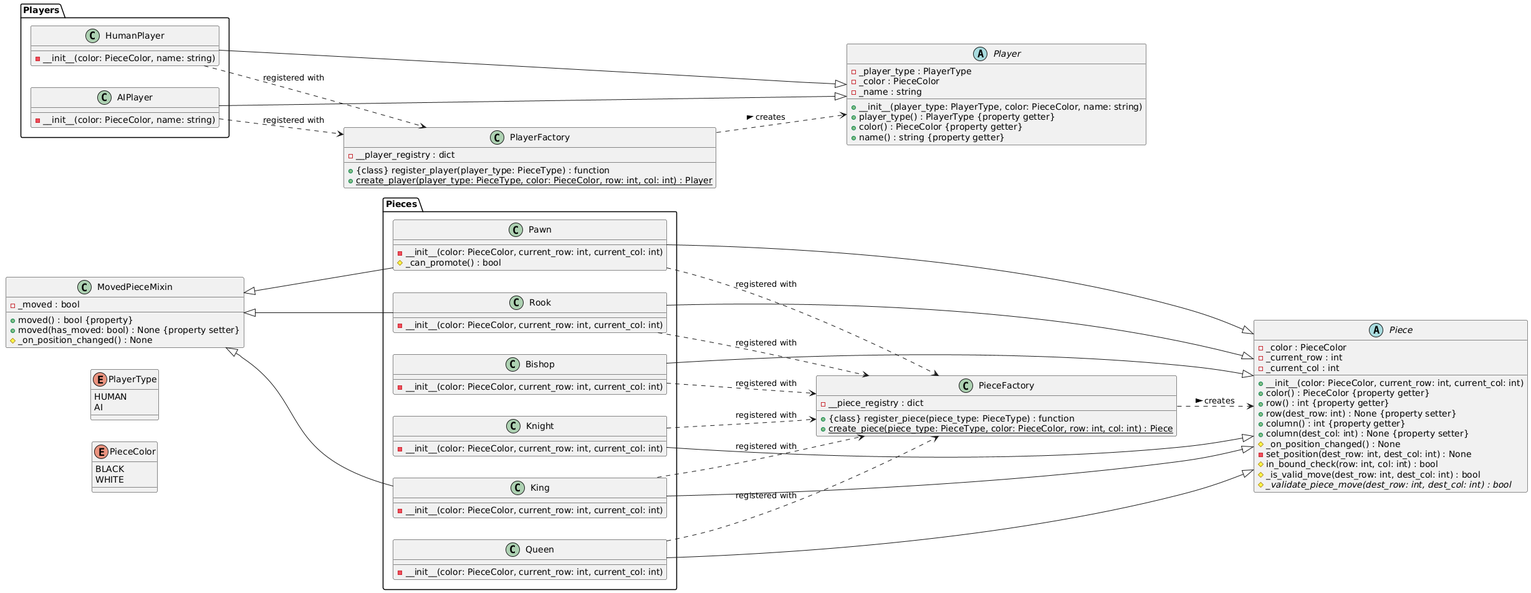
bharath-temp/ChessLite keeps this PlantUML diagram as ChessLite/class_diagrams/chess_uml_diagram.png. Above is the earlier version.
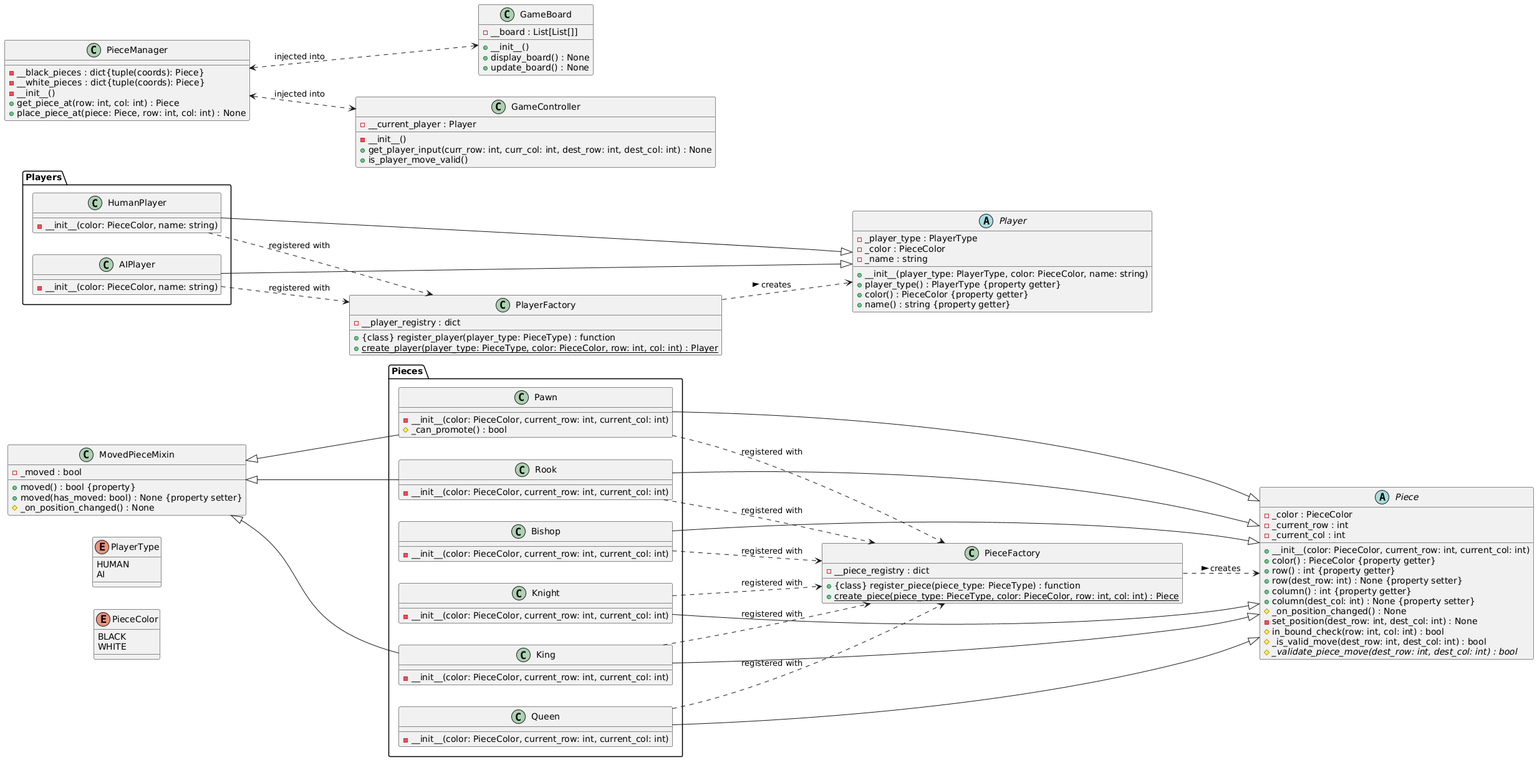
After the commit.

Commit message:
docs: init game logic UML planning

Diff of the diagram source:
```diff
@@ -94,6 +94,28 @@
     + {static} create_player(player_type: PieceType, color: PieceColor, row: int, col: int) : Player
 }
 
+class GameBoard {
+    - __board : List[List[]]
+    + __init__()
+    + display_board() : None
+    + update_board() : None
+}
+
+class PieceManager {
+    - __black_pieces : dict{tuple(coords): Piece}
+    - __white_pieces : dict{tuple(coords): Piece}
+    - __init__()
+    + get_piece_at(row: int, col: int) : Piece
+    + place_piece_at(piece: Piece, row: int, col: int) : None
+}
+
+class GameController {
+    - __current_player : Player
+    - __init__()
+    + get_player_input(curr_row: int, curr_col: int, dest_row: int, dest_col: int) : None
+    + is_player_move_valid()
+}
+
 Piece <|-- Pawn
 Piece <|-- Rook
 Piece <|-- Knight
@@ -119,4 +141,7 @@
 PlayerFactory ..> Player : "creates >"
 HumanPlayer ..> PlayerFactory : "registered with"
 AIPlayer ..> PlayerFactory : "registered with"
+
+PieceManager <..> GameController : "injected into"
+PieceManager <..> GameBoard : "injected into"
 @enduml
```
